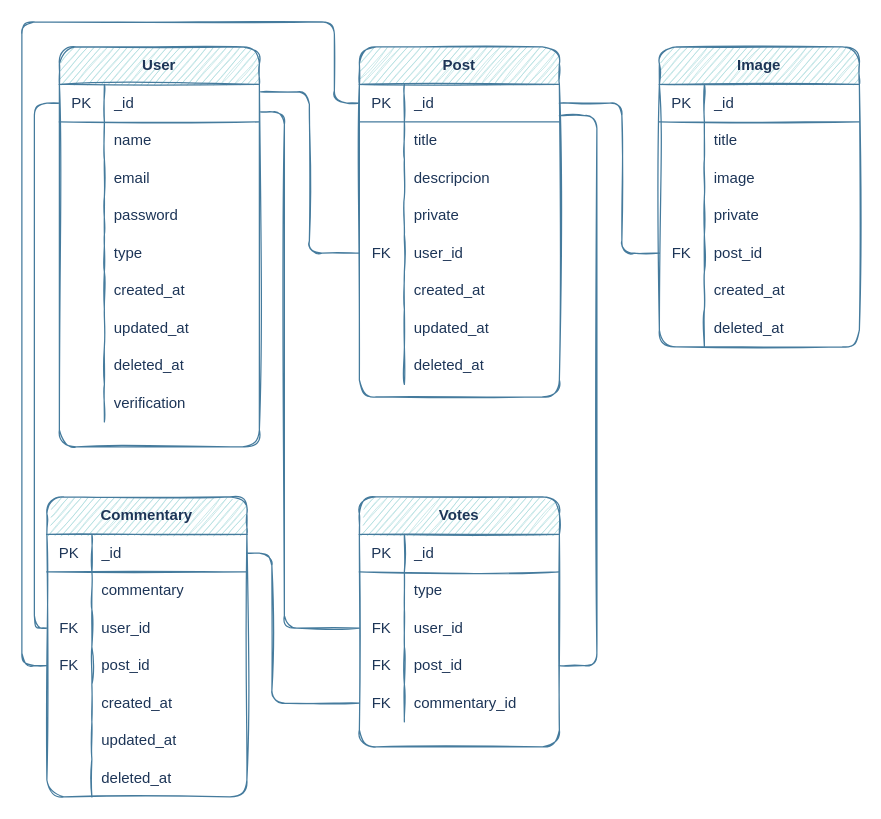
FelipeSebastianEspinoza/Mean keeps this draw.io diagram as MR.drawio. Above is the earlier version. Source tidied: cells renumbered, new cells numbered last; positions are measured from the earlier drawing's top-left corner, leaving out a move shared by most shapes. Both pictures are drawn from the tidied source at 125%, with x=0, y=0 at pixel (21, 21).
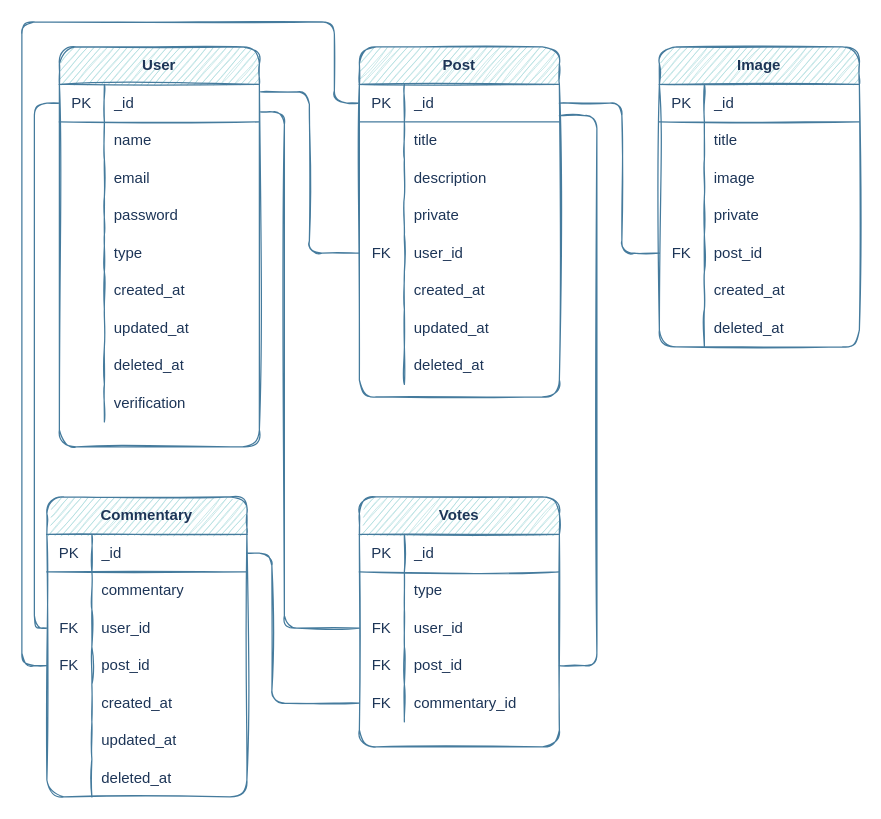
After the change.

Unchanged cells that the change refers to:
```xml
<mxCell id="37" style="shape=partialRectangle;html=1;whiteSpace=wrap;fillColor=none;top=0;left=0;bottom=0;right=0;strokeColor=#457B9D;fontColor=#1D3557;rounded=1;sketch=1;" parent="30" vertex="1">
  <mxGeometry y="90" width="160" height="30" as="geometry" />
</mxCell>
```

Change to the diagram source:
```diff
@@
-    <mxCell id="39" value="descripcion" style="shape=partialRectangle;html=1;whiteSpace=wrap;fillColor=none;top=0;left=0;bottom=0;right=0;align=left;spacingLeft=6;overflow=hidden;strokeColor=#457B9D;fontColor=#1D3557;rounded=1;sketch=1;" parent="37" vertex="1">
+    <mxCell id="39" value="description" style="shape=partialRectangle;html=1;whiteSpace=wrap;fillColor=none;top=0;left=0;bottom=0;right=0;align=left;spacingLeft=6;overflow=hidden;strokeColor=#457B9D;fontColor=#1D3557;rounded=1;sketch=1;" parent="37" vertex="1">
       <mxGeometry x="36" width="124" height="30" as="geometry" />
     </mxCell>
```
